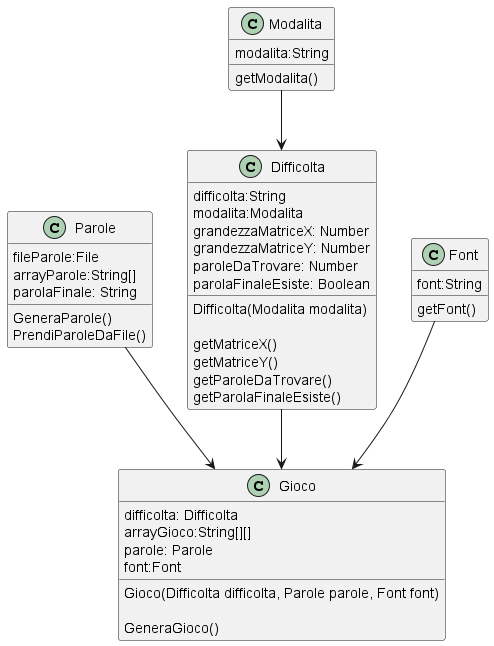
The PlantUML diagram 7_Allegati/uml/uml_puzzleCruci.png in ConfortiMarco/ProgettoPuzzleCruci, before a commit.
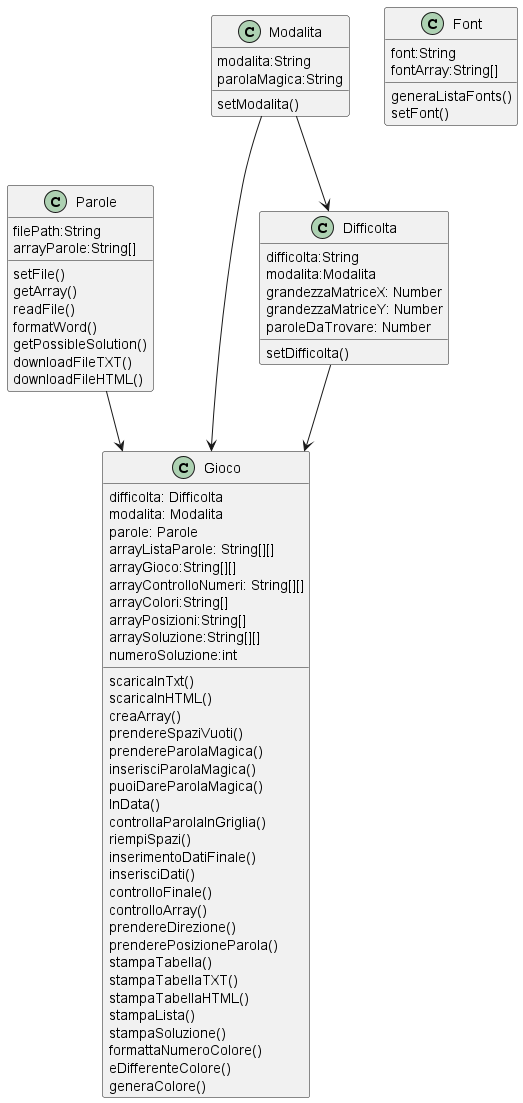
Above is the later version.

The edit, as a diff of the source:
```diff
@@ -2,53 +2,84 @@
 
 skinparam classAttributeIconSize 0
 class Gioco {
- difficolta: Difficolta
- arrayGioco:String[][]
- parole: Parole
- font:Font
+    difficolta: Difficolta
+    modalita: Modalita
+    parole: Parole
+    arrayListaParole: String[][]
+    arrayGioco:String[][]
+    arrayControlloNumeri: String[][]
+    arrayColori:String[]
+    arrayPosizioni:String[]
+    arraySoluzione:String[][]
+    numeroSoluzione:int
 
- Gioco(Difficolta difficolta, Parole parole, Font font)
+    scaricaInTxt()
+    scaricaInHTML()
+    creaArray()
+    prendereSpaziVuoti()
+    prendereParolaMagica()
+    inserisciParolaMagica()
+    puoiDareParolaMagica()
+    InData()
+    controllaParolaInGriglia()
+    riempiSpazi()
+    inserimentoDatiFinale()
+    inserisciDati()
+    controlloFinale()
+    controlloArray()
+    prendereDirezione()
+    prenderePosizioneParola()
+    stampaTabella()
+    stampaTabellaTXT()
+    stampaTabellaHTML()
+    stampaLista()
+    stampaSoluzione()
+    formattaNumeroColore()
+    eDifferenteColore()
+    generaColore()
+}
 
- GeneraGioco()
+class Parole{
+    filePath:String
+    arrayParole:String[]
+
+    setFile()
+    getArray()
+    readFile()
+    formatWord()
+    getPossibleSolution()
+    downloadFileTXT()
+    downloadFileHTML()
+}
+
+class Modalita{
+    modalita:String
+    parolaMagica:String
+
+    setModalita()
+}
+
+class Difficolta{
+    difficolta:String
+    modalita:Modalita
+    grandezzaMatriceX: Number
+    grandezzaMatriceY: Number
+    paroleDaTrovare: Number
+
+    setDifficolta()
 
 }
-class Parole{
- fileParole:File
- arrayParole:String[]
- parolaFinale: String
 
- GeneraParole()
- PrendiParoleDaFile()
-}
-class Modalita{
- modalita:String
-
- getModalita()
-}
-class Difficolta{
- difficolta:String
- modalita:Modalita
- grandezzaMatriceX: Number
- grandezzaMatriceY: Number
- paroleDaTrovare: Number
- parolaFinaleEsiste: Boolean
-
- Difficolta(Modalita modalita)
-
- getMatriceX()
- getMatriceY()
- getParoleDaTrovare()
- getParolaFinaleEsiste()
-
-}
 class Font{
     font:String
+    fontArray:String[]
 
-    getFont()
+    generaListaFonts()
+    setFont()
 }
 
 Difficolta --> Gioco
 Parole --> Gioco
-Font --> Gioco
+Modalita --> Gioco
 Modalita --> Difficolta
 @enduml
```
